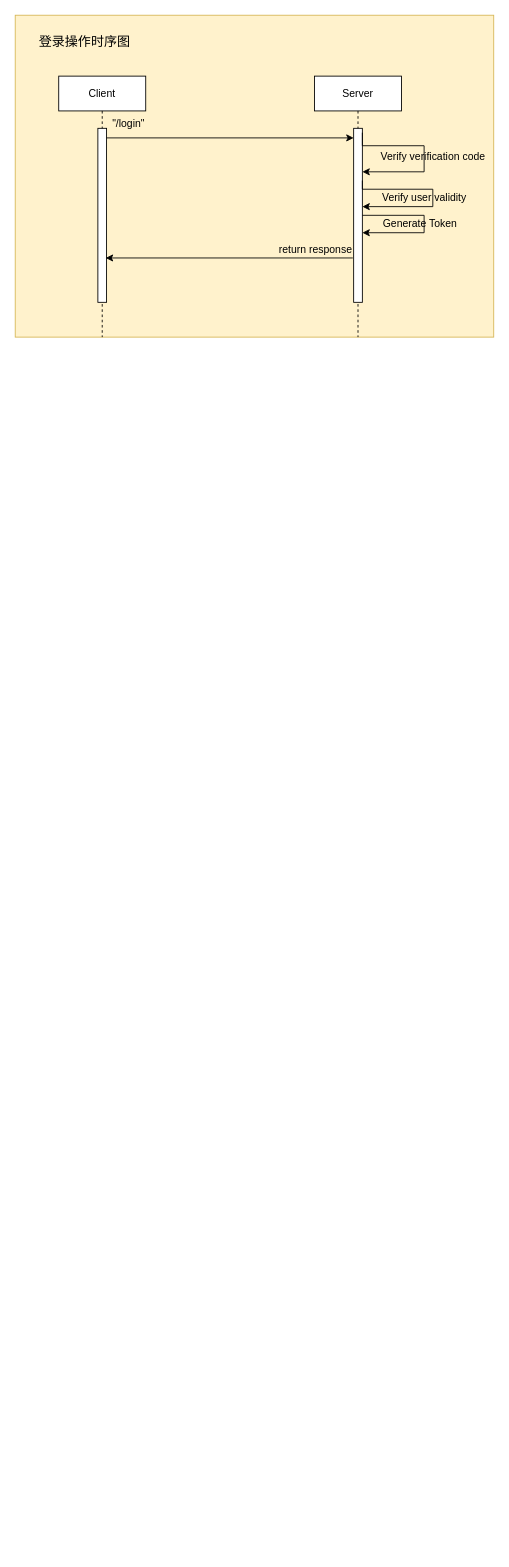
Earlier version of the draw.io diagram rouyi-vue-pro.drawio (lutao0111/-for-draw.io). Source tidied: cells renumbered, new cells numbered last; positions are measured from the earlier drawing's top-left corner, leaving out a move shared by most shapes. Both pictures are drawn from the tidied source at 87%, with x=0, y=0 at pixel (15, 15).
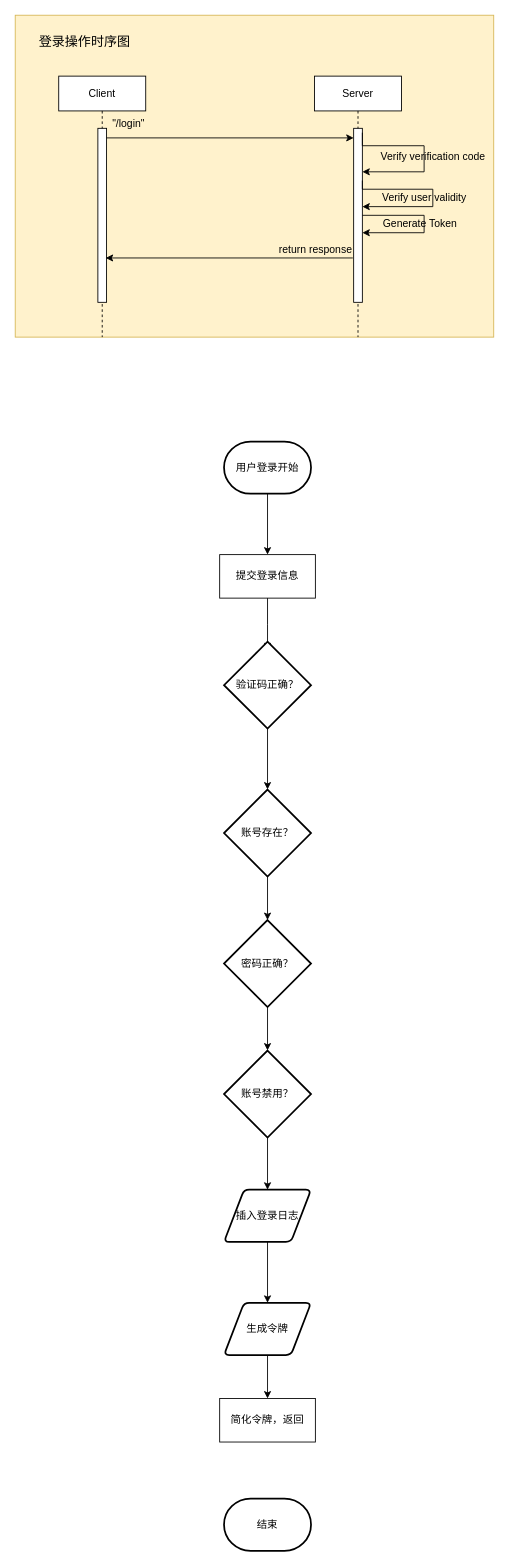
Above is the later version.

Change to the diagram source:
```diff
@@
+    <mxCell id="18" style="edgeStyle=orthogonalEdgeStyle;rounded=0;jettySize=auto;html=1;exitX=0.5;exitY=1;exitDx=0;exitDy=0;exitPerimeter=0;" parent="1" edge="1" source="19" target="20">
+      <mxGeometry relative="1" as="geometry" />
+    </mxCell>
+    <mxCell id="19" value="用户登录开始" style="strokeWidth=2;html=1;shape=mxgraph.flowchart.terminator;whiteSpace=wrap;" parent="1" vertex="1">
+      <mxGeometry x="240" y="490" width="100" height="60" as="geometry" />
+    </mxCell>
+    <mxCell id="20" value="提交登录信息" style="html=1;whiteSpace=wrap;" parent="1" vertex="1">
+      <mxGeometry x="235" y="620" width="110" height="50" as="geometry" />
+    </mxCell>
+    <mxCell id="21" style="edgeStyle=orthogonalEdgeStyle;rounded=0;jettySize=auto;html=1;exitX=0.5;exitY=1;exitDx=0;exitDy=0;entryX=0.5;entryY=0;entryDx=0;entryDy=0;entryPerimeter=0;" parent="1" edge="1" source="20">
+      <mxGeometry relative="1" as="geometry">
+        <mxPoint x="290" y="730" as="targetPoint" />
+      </mxGeometry>
+    </mxCell>
+    <mxCell id="22" value="账号存在？" style="strokeWidth=2;html=1;shape=mxgraph.flowchart.decision;whiteSpace=wrap;" parent="1" vertex="1">
+      <mxGeometry x="240" y="890" width="100" height="100" as="geometry" />
+    </mxCell>
+    <mxCell id="23" value="密码正确？" style="strokeWidth=2;html=1;shape=mxgraph.flowchart.decision;whiteSpace=wrap;" parent="1" vertex="1">
+      <mxGeometry x="240" y="1040" width="100" height="100" as="geometry" />
+    </mxCell>
+    <mxCell id="24" style="edgeStyle=orthogonalEdgeStyle;rounded=0;jettySize=auto;html=1;exitX=0.5;exitY=1;exitDx=0;exitDy=0;exitPerimeter=0;entryX=0.5;entryY=0;entryDx=0;entryDy=0;" parent="1" edge="1" source="25" target="31">
+      <mxGeometry relative="1" as="geometry" />
+    </mxCell>
+    <mxCell id="25" value="账号禁用？" style="strokeWidth=2;html=1;shape=mxgraph.flowchart.decision;whiteSpace=wrap;" parent="1" vertex="1">
+      <mxGeometry x="240" y="1190" width="100" height="100" as="geometry" />
+    </mxCell>
+    <mxCell id="26" style="edgeStyle=orthogonalEdgeStyle;rounded=0;jettySize=auto;html=1;exitX=0.5;exitY=1;exitDx=0;exitDy=0;exitPerimeter=0;entryX=0.5;entryY=0;entryDx=0;entryDy=0;entryPerimeter=0;" parent="1" edge="1" source="22" target="23">
+      <mxGeometry relative="1" as="geometry" />
+    </mxCell>
+    <mxCell id="27" style="edgeStyle=orthogonalEdgeStyle;rounded=0;jettySize=auto;html=1;exitX=0.5;exitY=1;exitDx=0;exitDy=0;exitPerimeter=0;entryX=0.5;entryY=0;entryDx=0;entryDy=0;entryPerimeter=0;" parent="1" edge="1" source="23" target="25">
+      <mxGeometry relative="1" as="geometry" />
+    </mxCell>
+    <mxCell id="28" value="验证码正确？" style="strokeWidth=2;html=1;shape=mxgraph.flowchart.decision;whiteSpace=wrap;" parent="1" vertex="1">
+      <mxGeometry x="240" y="720" width="100" height="100" as="geometry" />
+    </mxCell>
+    <mxCell id="29" style="edgeStyle=orthogonalEdgeStyle;rounded=0;jettySize=auto;html=1;exitX=0.5;exitY=1;exitDx=0;exitDy=0;exitPerimeter=0;entryX=0.5;entryY=0;entryDx=0;entryDy=0;entryPerimeter=0;" parent="1" edge="1" source="28" target="22">
+      <mxGeometry relative="1" as="geometry" />
+    </mxCell>
+    <mxCell id="30" style="edgeStyle=orthogonalEdgeStyle;rounded=0;jettySize=auto;html=1;exitX=0.5;exitY=1;exitDx=0;exitDy=0;entryX=0.5;entryY=0;entryDx=0;entryDy=0;" parent="1" edge="1" source="31" target="33">
+      <mxGeometry relative="1" as="geometry" />
+    </mxCell>
+    <mxCell id="31" value="插入登录日志" style="shape=parallelogram;html=1;strokeWidth=2;perimeter=parallelogramPerimeter;whiteSpace=wrap;rounded=1;arcSize=12;size=0.23;" parent="1" vertex="1">
+      <mxGeometry x="240" y="1350" width="100" height="60" as="geometry" />
+    </mxCell>
+    <mxCell id="32" style="edgeStyle=orthogonalEdgeStyle;rounded=0;jettySize=auto;html=1;exitX=0.5;exitY=1;exitDx=0;exitDy=0;entryX=0.5;entryY=0;entryDx=0;entryDy=0;" parent="1" edge="1" source="33" target="34">
+      <mxGeometry relative="1" as="geometry" />
+    </mxCell>
+    <mxCell id="33" value="生成令牌" style="shape=parallelogram;html=1;strokeWidth=2;perimeter=parallelogramPerimeter;whiteSpace=wrap;rounded=1;arcSize=12;size=0.23;" parent="1" vertex="1">
+      <mxGeometry x="240" y="1480" width="100" height="60" as="geometry" />
+    </mxCell>
+    <mxCell id="34" value="简化令牌，返回" style="html=1;whiteSpace=wrap;" parent="1" vertex="1">
+      <mxGeometry x="235" y="1590" width="110" height="50" as="geometry" />
+    </mxCell>
+    <mxCell id="35" value="结束" style="strokeWidth=2;html=1;shape=mxgraph.flowchart.terminator;whiteSpace=wrap;" parent="1" vertex="1">
+      <mxGeometry x="240" y="1705" width="100" height="60" as="geometry" />
+    </mxCell>
```
